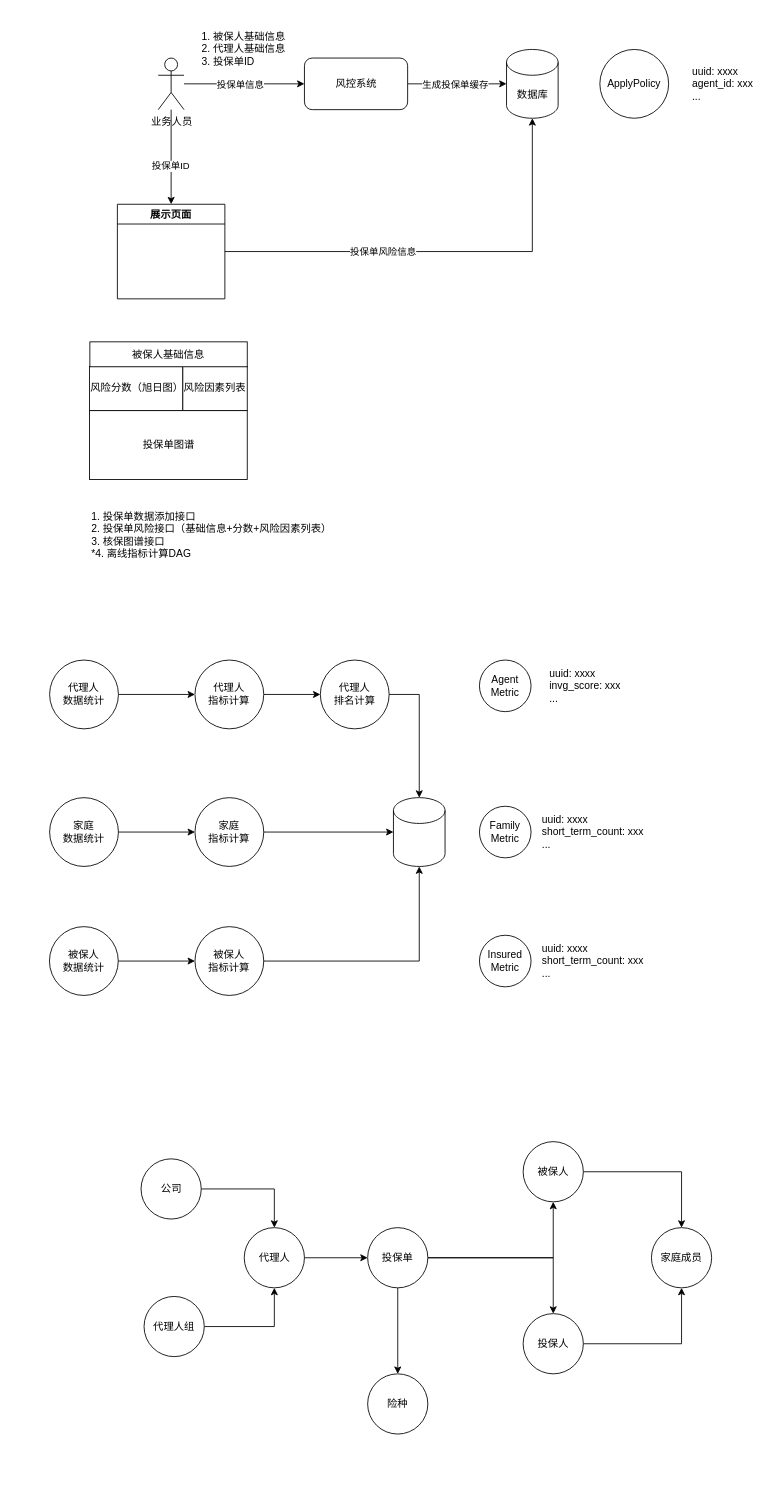
Before: 太平/underwritting.drawio in XiaoLiuAI/diagrams, a draw.io diagram. Source tidied: cells renumbered, new cells numbered last; positions are measured from the earlier drawing's top-left corner, leaving out a move shared by most shapes. Both pictures are drawn from the tidied source at 86%, with x=0, y=0 at pixel (49, 32).
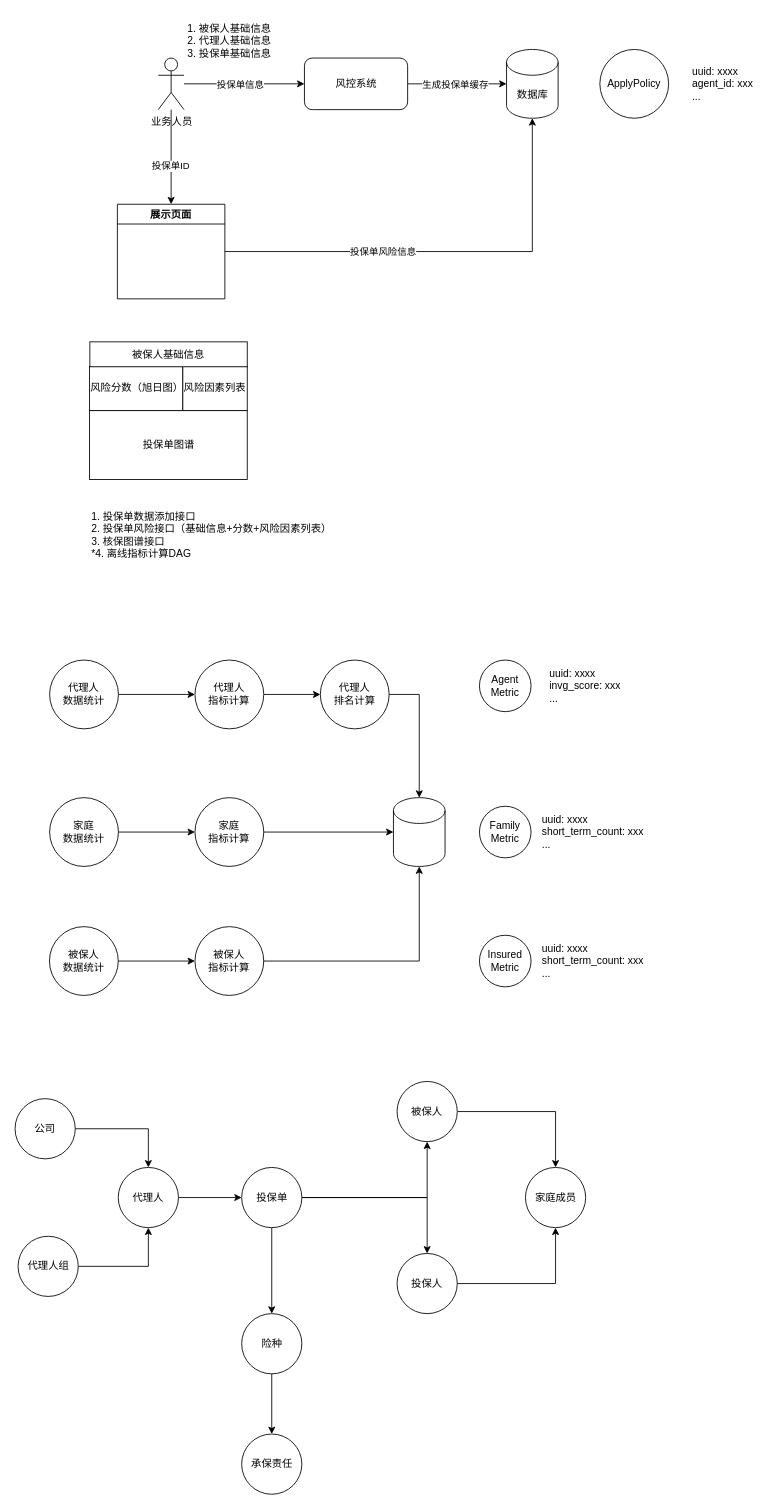
The same page after the edit.

Change to the diagram source:
```diff
@@
-    <mxCell id="11" value="1. 被保人基础信息&lt;br&gt;&lt;div style=&quot;text-align: left;&quot;&gt;&lt;span style=&quot;background-color: initial;&quot;&gt;2. 代理人基础信息&lt;/span&gt;&lt;/div&gt;&lt;div style=&quot;text-align: left;&quot;&gt;&lt;span style=&quot;background-color: initial;&quot;&gt;3. 投保单ID&lt;/span&gt;&lt;/div&gt;" style="text;html=1;strokeColor=none;fillColor=none;align=center;verticalAlign=middle;whiteSpace=wrap;rounded=0;" parent="1" vertex="1">
-      <mxGeometry x="170" width="111.5" height="40" as="geometry" />
+    <mxCell id="11" value="1. 被保人基础信息&lt;br&gt;&lt;div style=&quot;text-align: left;&quot;&gt;&lt;span style=&quot;background-color: initial;&quot;&gt;2. 代理人基础信息&lt;/span&gt;&lt;/div&gt;&lt;div style=&quot;text-align: left;&quot;&gt;&lt;span style=&quot;background-color: initial;&quot;&gt;3. 投保单基础信息&lt;/span&gt;&lt;/div&gt;" style="text;html=1;strokeColor=none;fillColor=none;align=center;verticalAlign=middle;whiteSpace=wrap;rounded=0;" parent="1" vertex="1">
+      <mxGeometry x="148.8" y="-20" width="120.8" height="60" as="geometry" />
     </mxCell>
@@
     <mxCell id="50" value="投保单" style="ellipse;whiteSpace=wrap;html=1;" parent="1" vertex="1">
-      <mxGeometry x="370" y="1390" width="70" height="70" as="geometry" />
+      <mxGeometry x="223.5" y="1320" width="70" height="70" as="geometry" />
     </mxCell>
@@
     <mxCell id="52" value="被保人" style="ellipse;whiteSpace=wrap;html=1;" parent="1" vertex="1">
-      <mxGeometry x="550.8" y="1290" width="70" height="70" as="geometry" />
+      <mxGeometry x="404.2" y="1220" width="70" height="70" as="geometry" />
     </mxCell>
@@
     <mxCell id="54" value="投保人" style="ellipse;whiteSpace=wrap;html=1;" parent="1" vertex="1">
-      <mxGeometry x="550.8" y="1490" width="70" height="70" as="geometry" />
+      <mxGeometry x="404.2" y="1420" width="70" height="70" as="geometry" />
     </mxCell>
     <mxCell id="55" value="家庭成员" style="ellipse;whiteSpace=wrap;html=1;" parent="1" vertex="1">
-      <mxGeometry x="700" y="1390" width="70" height="70" as="geometry" />
+      <mxGeometry x="553.5" y="1320" width="70" height="70" as="geometry" />
     </mxCell>
@@
     <mxCell id="57" value="代理人" style="ellipse;whiteSpace=wrap;html=1;" parent="1" vertex="1">
-      <mxGeometry x="226.5" y="1390" width="70" height="70" as="geometry" />
+      <mxGeometry x="80" y="1320" width="70" height="70" as="geometry" />
     </mxCell>
+    <mxCell id="63" style="edgeStyle=orthogonalEdgeStyle;rounded=0;jettySize=auto;html=1;entryX=0.5;entryY=0;entryDx=0;entryDy=0;" parent="1" edge="1" source="58" target="64">
+      <mxGeometry relative="1" as="geometry" />
+    </mxCell>
     <mxCell id="58" value="险种" style="ellipse;whiteSpace=wrap;html=1;" parent="1" vertex="1">
-      <mxGeometry x="370" y="1560" width="70" height="70" as="geometry" />
+      <mxGeometry x="223.5" y="1490" width="70" height="70" as="geometry" />
     </mxCell>
@@
     <mxCell id="60" value="公司" style="ellipse;whiteSpace=wrap;html=1;" parent="1" vertex="1">
-      <mxGeometry x="106.5" y="1310" width="70" height="70" as="geometry" />
+      <mxGeometry x="-40" y="1240" width="70" height="70" as="geometry" />
     </mxCell>
@@
     <mxCell id="62" value="代理人组" style="ellipse;whiteSpace=wrap;html=1;" parent="1" vertex="1">
-      <mxGeometry x="110" y="1470" width="70" height="70" as="geometry" />
+      <mxGeometry x="-36.5" y="1400" width="70" height="70" as="geometry" />
     </mxCell>
+    <mxCell id="64" value="承保责任" style="ellipse;whiteSpace=wrap;html=1;" parent="1" vertex="1">
+      <mxGeometry x="223.5" y="1630" width="70" height="70" as="geometry" />
+    </mxCell>
```
